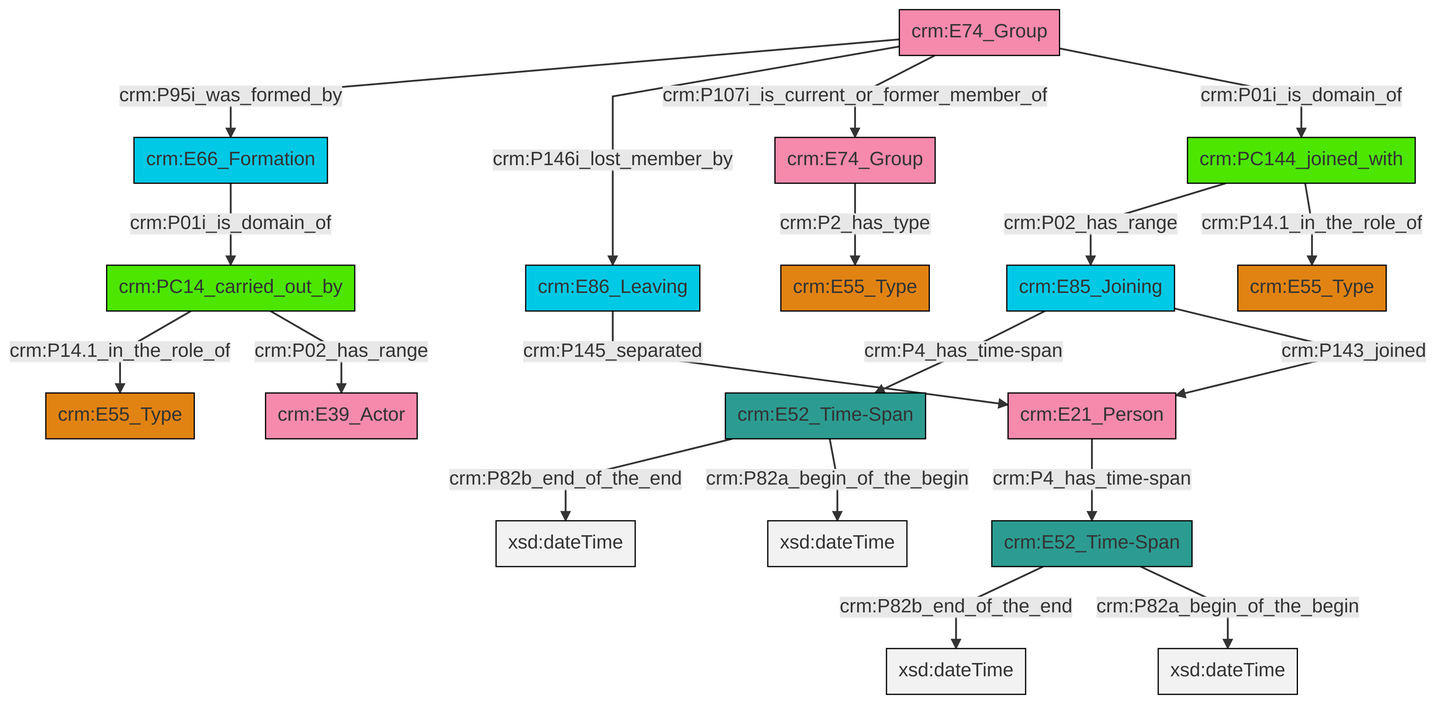
swiss-art-research-net/reference-data-models keeps this Mermaid diagram as et/groupCSV/ttl/mmd/png/group_actor_relations.png. Above is the earlier version. Its source is kept beside it as et/groupCSV/ttl/mmd/group_actor_relations.ttl.mmd.
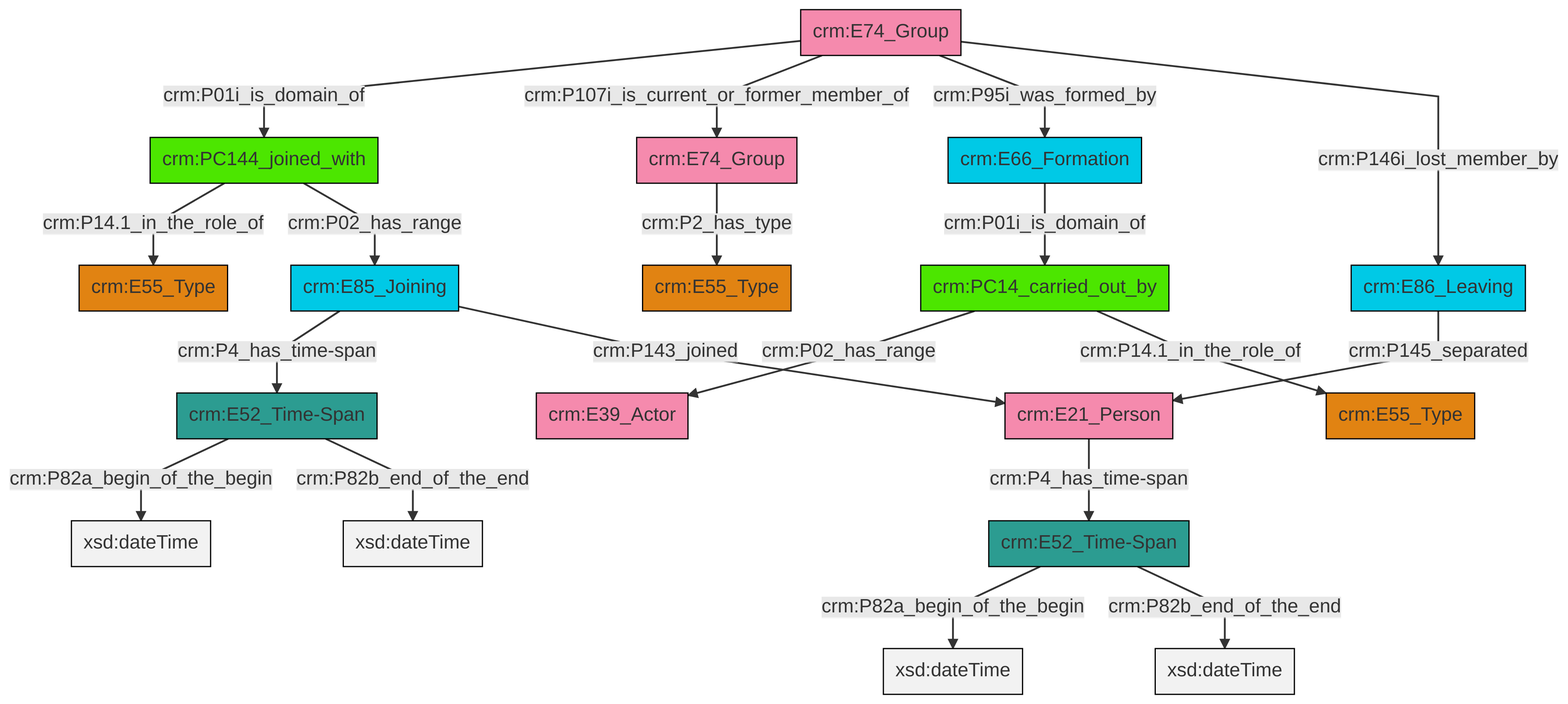
Above is the later version.

Diff of the diagram source:
```diff
@@ -13,21 +13,21 @@
 classDef PC_Classes fill:#4ce600, stroke:#000000;
 classDef Multi fill:#cccccc,stroke:#000000;
 
-4["crm:PC144_joined_with"]:::PC_Classes -->|crm:P02_has_range| 5["crm:E85_Joining"]:::Temporal_Entity
-5["crm:E85_Joining"]:::Temporal_Entity -->|crm:P4_has_time-span| 8["crm:E52_Time-Span"]:::Time-Span
-2["crm:E74_Group"]:::Actor -->|crm:P2_has_type| 9["crm:E55_Type"]:::Type
-11["crm:PC14_carried_out_by"]:::PC_Classes -->|crm:P14.1_in_the_role_of| 6["crm:E55_Type"]:::Type
-12["crm:E66_Formation"]:::Temporal_Entity -->|crm:P01i_is_domain_of| 11["crm:PC14_carried_out_by"]:::PC_Classes
-4["crm:PC144_joined_with"]:::PC_Classes -->|crm:P14.1_in_the_role_of| 13["crm:E55_Type"]:::Type
-11["crm:PC14_carried_out_by"]:::PC_Classes -->|crm:P02_has_range| 15["crm:E39_Actor"]:::Actor
-16["crm:E74_Group"]:::Actor -->|crm:P95i_was_formed_by| 12["crm:E66_Formation"]:::Temporal_Entity
-16["crm:E74_Group"]:::Actor -->|crm:P146i_lost_member_by| 0["crm:E86_Leaving"]:::Temporal_Entity
-16["crm:E74_Group"]:::Actor -->|crm:P107i_is_current_or_former_member_of| 2["crm:E74_Group"]:::Actor
-5["crm:E85_Joining"]:::Temporal_Entity -->|crm:P143_joined| 24["crm:E21_Person"]:::Actor
-8["crm:E52_Time-Span"]:::Time-Span -->|crm:P82b_end_of_the_end| 26[xsd:dateTime]:::Literal
-8["crm:E52_Time-Span"]:::Time-Span -->|crm:P82a_begin_of_the_begin| 27[xsd:dateTime]:::Literal
-16["crm:E74_Group"]:::Actor -->|crm:P01i_is_domain_of| 4["crm:PC144_joined_with"]:::PC_Classes
-28["crm:E52_Time-Span"]:::Time-Span -->|crm:P82b_end_of_the_end| 32[xsd:dateTime]:::Literal
-0["crm:E86_Leaving"]:::Temporal_Entity -->|crm:P145_separated| 24["crm:E21_Person"]:::Actor
-24["crm:E21_Person"]:::Actor -->|crm:P4_has_time-span| 28["crm:E52_Time-Span"]:::Time-Span
-28["crm:E52_Time-Span"]:::Time-Span -->|crm:P82a_begin_of_the_begin| 34[xsd:dateTime]:::Literal
+2["crm:E86_Leaving"]:::Temporal_Entity -->|crm:P145_separated| 3["crm:E21_Person"]:::Actor
+4["crm:E74_Group"]:::Actor -->|crm:P2_has_type| 5["crm:E55_Type"]:::Type
+6["crm:E85_Joining"]:::Temporal_Entity -->|crm:P4_has_time-span| 7["crm:E52_Time-Span"]:::Time-Span
+7["crm:E52_Time-Span"]:::Time-Span -->|crm:P82a_begin_of_the_begin| 9[xsd:dateTime]:::Literal
+10["crm:E74_Group"]:::Actor -->|crm:P01i_is_domain_of| 11["crm:PC144_joined_with"]:::PC_Classes
+10["crm:E74_Group"]:::Actor -->|crm:P107i_is_current_or_former_member_of| 4["crm:E74_Group"]:::Actor
+11["crm:PC144_joined_with"]:::PC_Classes -->|crm:P14.1_in_the_role_of| 14["crm:E55_Type"]:::Type
+6["crm:E85_Joining"]:::Temporal_Entity -->|crm:P143_joined| 3["crm:E21_Person"]:::Actor
+11["crm:PC144_joined_with"]:::PC_Classes -->|crm:P02_has_range| 6["crm:E85_Joining"]:::Temporal_Entity
+7["crm:E52_Time-Span"]:::Time-Span -->|crm:P82b_end_of_the_end| 19[xsd:dateTime]:::Literal
+22["crm:E66_Formation"]:::Temporal_Entity -->|crm:P01i_is_domain_of| 16["crm:PC14_carried_out_by"]:::PC_Classes
+10["crm:E74_Group"]:::Actor -->|crm:P95i_was_formed_by| 22["crm:E66_Formation"]:::Temporal_Entity
+3["crm:E21_Person"]:::Actor -->|crm:P4_has_time-span| 23["crm:E52_Time-Span"]:::Time-Span
+16["crm:PC14_carried_out_by"]:::PC_Classes -->|crm:P02_has_range| 27["crm:E39_Actor"]:::Actor
+23["crm:E52_Time-Span"]:::Time-Span -->|crm:P82a_begin_of_the_begin| 30[xsd:dateTime]:::Literal
+23["crm:E52_Time-Span"]:::Time-Span -->|crm:P82b_end_of_the_end| 32[xsd:dateTime]:::Literal
+10["crm:E74_Group"]:::Actor -->|crm:P146i_lost_member_by| 2["crm:E86_Leaving"]:::Temporal_Entity
+16["crm:PC14_carried_out_by"]:::PC_Classes -->|crm:P14.1_in_the_role_of| 0["crm:E55_Type"]:::Type
```
